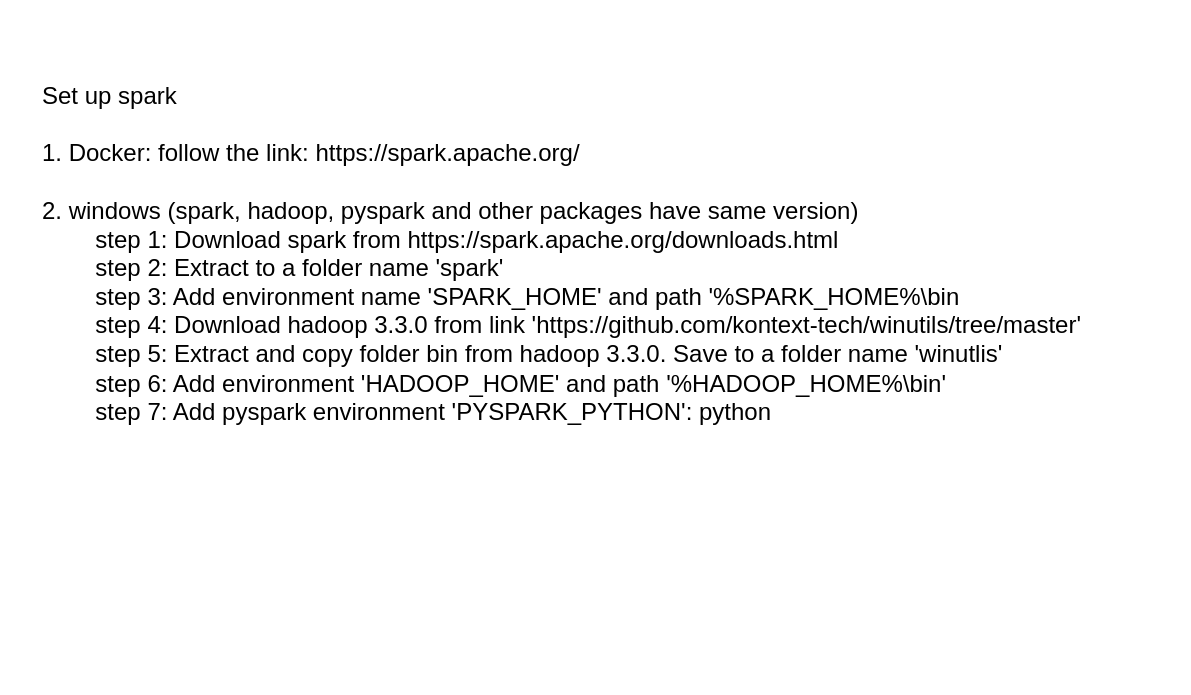
This is spark.drawio from thh6282/draw-in-drawio, a draw.io file, before an edit. Source tidied: cells renumbered, new cells numbered last; positions are measured from the earlier drawing's top-left corner, leaving out a move shared by most shapes. Both pictures are drawn from the tidied source at 150%, with x=0, y=0 at pixel (26, 26).
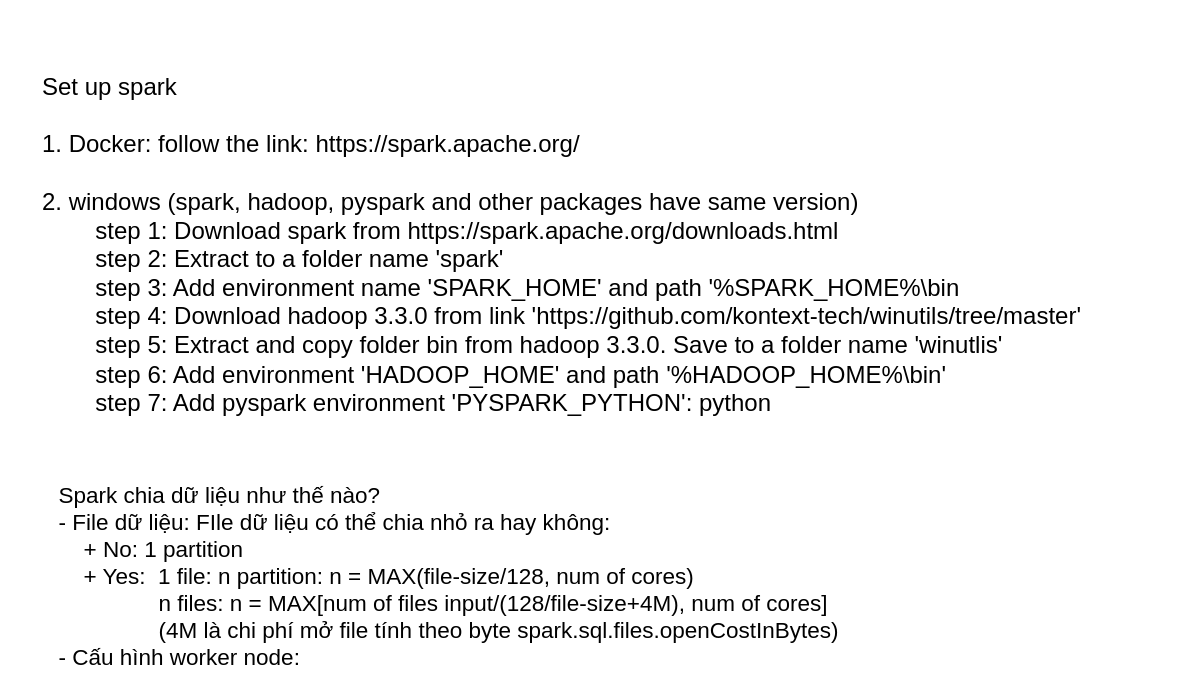
After the change.

The edit, as a diff of the source:
```diff
@@
 <mxGraphModel>
   <root>
     <mxCell id="0" />
     <mxCell id="1" parent="0" />
     <mxCell id="2" value="Set up spark&lt;div style=&quot;font-size: 16px;&quot;&gt;&lt;br style=&quot;font-size: 16px;&quot;&gt;&lt;/div&gt;&lt;div style=&quot;font-size: 16px;&quot;&gt;1. Docker: follow the link: https://spark.apache.org/&lt;br style=&quot;font-size: 16px;&quot;&gt;&lt;/div&gt;&lt;div style=&quot;font-size: 16px;&quot;&gt;&lt;br style=&quot;font-size: 16px;&quot;&gt;&lt;/div&gt;&lt;div style=&quot;font-size: 16px;&quot;&gt;2. windows (spark, hadoop, pyspark and other packages have same version)&lt;/div&gt;&lt;div style=&quot;font-size: 16px;&quot;&gt;&amp;nbsp;&lt;span style=&quot;white-space: pre; font-size: 16px;&quot;&gt;&#9;&lt;/span&gt;step 1: Download spark from https://spark.apache.org/downloads.html&lt;/div&gt;&lt;div style=&quot;font-size: 16px;&quot;&gt;&lt;span style=&quot;white-space: pre; font-size: 16px;&quot;&gt;&#9;&lt;/span&gt;step 2: Extract to a folder name 'spark'&lt;br style=&quot;font-size: 16px;&quot;&gt;&lt;/div&gt;&lt;div style=&quot;font-size: 16px;&quot;&gt;&lt;span style=&quot;white-space: pre; font-size: 16px;&quot;&gt;&#9;&lt;/span&gt;step 3: Add environment name 'SPARK_HOME' and path '%SPARK_HOME%\bin&amp;nbsp;&lt;br style=&quot;font-size: 16px;&quot;&gt;&lt;/div&gt;&lt;div style=&quot;font-size: 16px;&quot;&gt;&lt;span style=&quot;white-space: pre; font-size: 16px;&quot;&gt;&#9;&lt;/span&gt;step 4: Download hadoop 3.3.0 from link 'https://github.com/kontext-tech/winutils/tree/master'&lt;br style=&quot;font-size: 16px;&quot;&gt;&lt;/div&gt;&lt;div style=&quot;font-size: 16px;&quot;&gt;&lt;span style=&quot;white-space: pre; font-size: 16px;&quot;&gt;&#9;&lt;/span&gt;step 5: Extract and copy folder bin from hadoop 3.3.0. Save to a folder name 'winutlis'&lt;br style=&quot;font-size: 16px;&quot;&gt;&lt;/div&gt;&lt;div style=&quot;font-size: 16px;&quot;&gt;&lt;span style=&quot;white-space: pre; font-size: 16px;&quot;&gt;&#9;&lt;/span&gt;step 6: Add environment 'HADOOP_HOME' and path '%HADOOP_HOME%\bin'&lt;br style=&quot;font-size: 16px;&quot;&gt;&lt;/div&gt;&lt;div style=&quot;font-size: 16px;&quot;&gt;&lt;span style=&quot;white-space: pre; font-size: 16px;&quot;&gt;&#9;&lt;/span&gt;step 7: Add pyspark environment 'PYSPARK_PYTHON': python&lt;/div&gt;&lt;div style=&quot;font-size: 16px;&quot;&gt;&lt;br style=&quot;font-size: 16px;&quot;&gt;&lt;/div&gt;" style="text;html=1;align=left;verticalAlign=middle;whiteSpace=wrap;rounded=0;fontSize=16;spacing=11;spacingTop=0;textShadow=0;labelBorderColor=none;labelBackgroundColor=none;spacingLeft=0;" parent="1" vertex="1">
-      <mxGeometry width="760" height="321" as="geometry" />
+      <mxGeometry width="714" height="310" as="geometry" />
     </mxCell>
+    <mxCell id="3" value="&lt;font style=&quot;font-size: 15px;&quot;&gt;Spark chia dữ liệu như thế nào?&lt;/font&gt;&lt;div style=&quot;font-size: 15px;&quot;&gt;&lt;font style=&quot;font-size: 15px;&quot;&gt;- File dữ liệu: FIle dữ liệu có thể chia nhỏ ra hay không:&lt;/font&gt;&lt;/div&gt;&lt;div style=&quot;font-size: 15px;&quot;&gt;&lt;font style=&quot;font-size: 15px;&quot;&gt;&amp;nbsp; &amp;nbsp; + No: 1 partition&lt;/font&gt;&lt;/div&gt;&lt;div style=&quot;font-size: 15px;&quot;&gt;&lt;font style=&quot;font-size: 15px;&quot;&gt;&amp;nbsp; &amp;nbsp; + Yes:&amp;nbsp; 1 file: n partition: n = MAX(file-size/128, num of cores)&lt;/font&gt;&lt;/div&gt;&lt;div style=&quot;font-size: 15px;&quot;&gt;&lt;font style=&quot;font-size: 15px;&quot;&gt;&amp;nbsp; &amp;nbsp; &amp;nbsp; &amp;nbsp; &amp;nbsp; &amp;nbsp; &amp;nbsp; &amp;nbsp; n files: n = MAX[num of files input/(128/file-size+4M), num of cores]&lt;/font&gt;&lt;/div&gt;&lt;div style=&quot;font-size: 15px;&quot;&gt;&lt;font style=&quot;font-size: 15px;&quot;&gt;&lt;span style=&quot;white-space: pre;&quot;&gt;&#9;&lt;/span&gt;&lt;span style=&quot;white-space: pre;&quot;&gt;&#9;&lt;/span&gt;(4M là chi phí mở file tính theo byte spark.sql.files.openCostInBytes)&lt;br&gt;&lt;/font&gt;&lt;/div&gt;&lt;div style=&quot;font-size: 15px;&quot;&gt;&lt;font style=&quot;font-size: 15px;&quot;&gt;- Cấu hình worker node:&lt;/font&gt;&lt;/div&gt;" style="text;html=1;align=left;verticalAlign=middle;whiteSpace=wrap;rounded=0;" parent="1" vertex="1">
+      <mxGeometry x="20" y="351" width="634" height="30" as="geometry" />
+    </mxCell>
   </root>
 </mxGraphModel>
```
